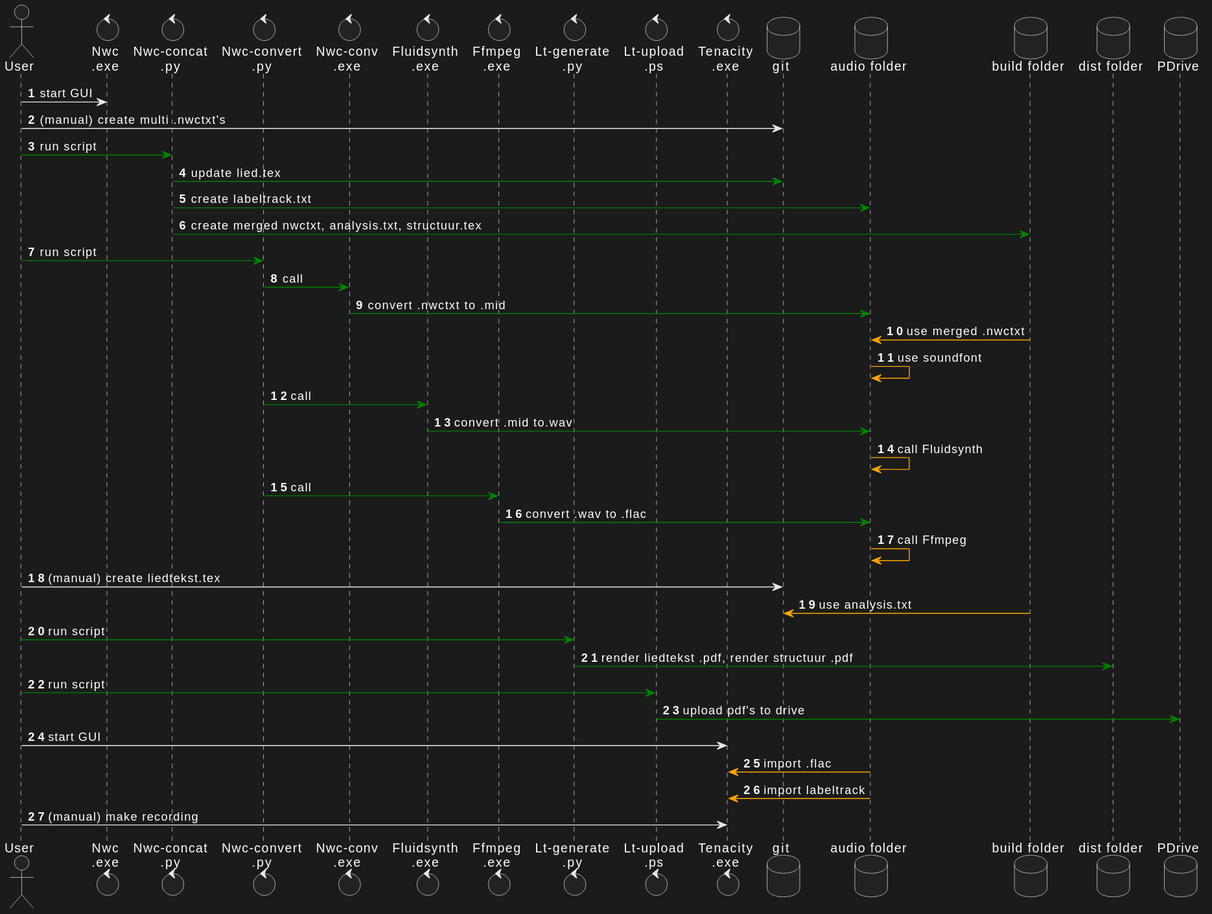
Earlier version of the PlantUML export project/muziekproductie-workflow.svg (real70discohits/liedteksten-code).
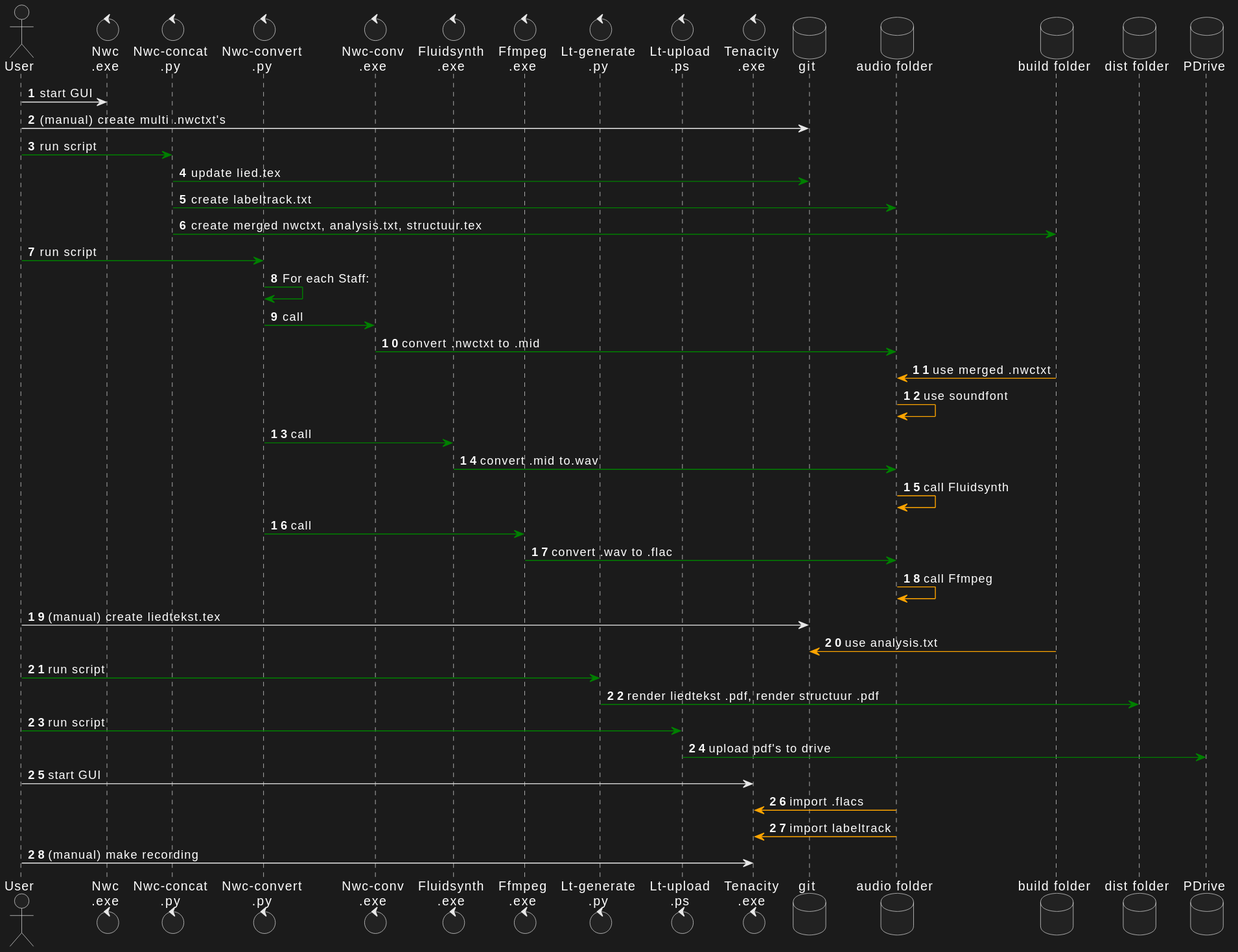
The same diagram one commit later.

Commit message:
Update muziekproductie-workflow pu

Change to the diagram source:
```diff
@@ -25,6 +25,7 @@
 nwconcpy -[#green]> build: create merged nwctxt, analysis.txt, structuur.tex
 
 u1 -[#green]> nwconvpy : run script
+nwconvpy -[#green]> nwconvpy: For each Staff:
 nwconvpy -[#green]> nwconvexe : call
 nwconvexe -[#green]> audio: convert .nwctxt to .mid
 build -[#orange]> audio: use merged .nwctxt
@@ -46,7 +47,7 @@
 ltupload -[#green]> pdrive : upload pdf's to drive
 
 u1 -> tenacity : start GUI
-tenacity <[#orange]- audio : import .flac
+tenacity <[#orange]- audio : import .flacs
 tenacity <[#orange]- audio : import labeltrack
 u1 -> tenacity : (manual) make recording
 @enduml
```
